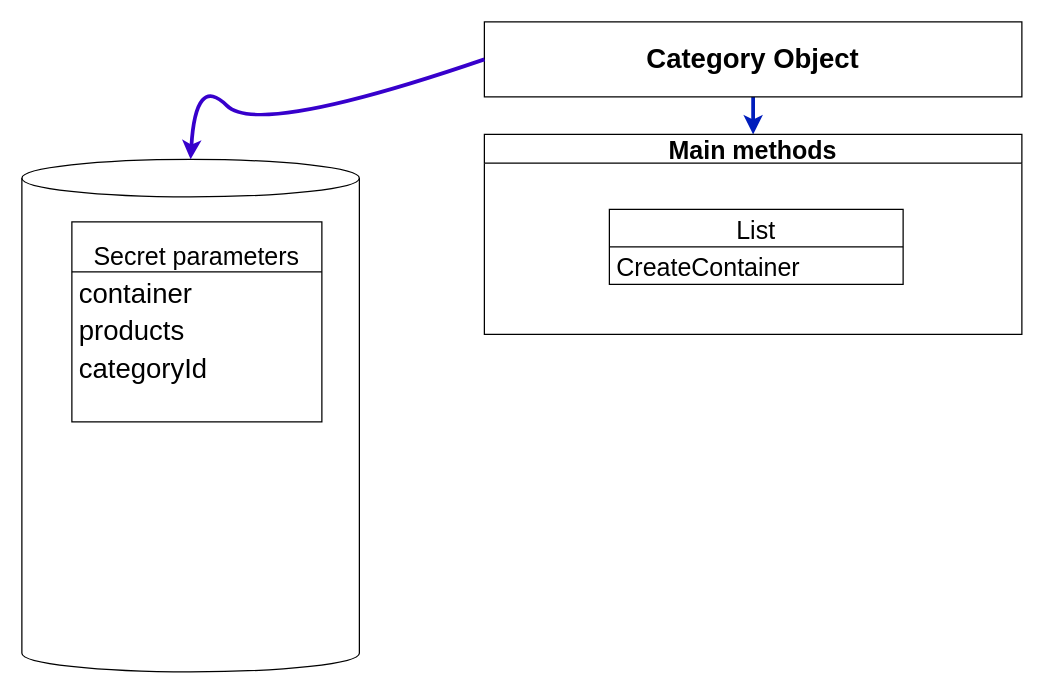
Above: public/javaScriptFiles/index/refactoring/categoryObject/Category-object.drawio in Ahmed101Mohammed/Alls (draw.io), before the change. Source tidied: cells renumbered, new cells numbered last; positions are measured from the earlier drawing's top-left corner, leaving out a move shared by most shapes. Both pictures are drawn from the tidied source at 125%, with x=0, y=0 at pixel (21, 21).
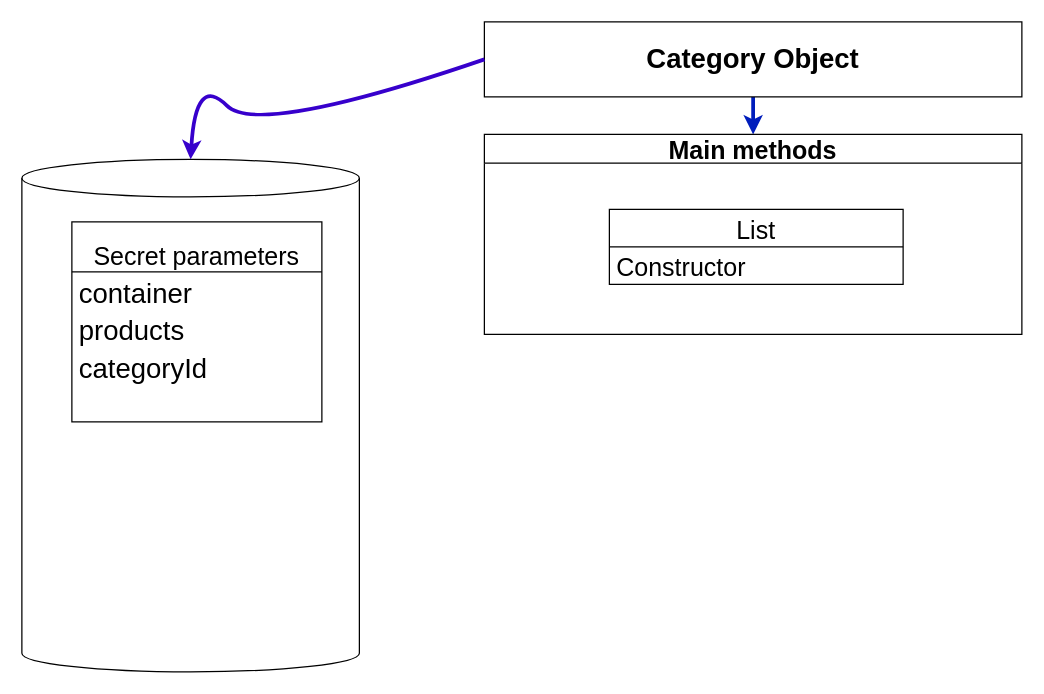
After the change.

Commit message (it also covers changes not shown here):
Create "Container" class

In this commit  I do the following:
- create a new class called: "container"
- modify the "container-object.drowio" file.

Change to the diagram source:
```diff
@@
 <mxGraphModel>
   <root>
     <mxCell id="0" />
     <mxCell id="1" parent="0" />
     <mxCell id="2" style="edgeStyle=none;html=1;fontSize=20;strokeWidth=3;fillColor=#0050ef;strokeColor=#001DBC;" parent="1" edge="1" source="3" target="11">
       <mxGeometry relative="1" as="geometry" />
     </mxCell>
     <mxCell id="3" value="&lt;b&gt;&lt;font style=&quot;font-size: 22px&quot;&gt;Category Object&lt;/font&gt;&lt;/b&gt;" style="rounded=0;whiteSpace=wrap;html=1;" parent="1" vertex="1">
       <mxGeometry x="370" width="430" height="60" as="geometry" />
     </mxCell>
     <mxCell id="4" style="shape=cylinder3;whiteSpace=wrap;html=1;boundedLbl=1;backgroundOutline=1;size=15;fontSize=22;" parent="1" vertex="1">
       <mxGeometry y="110" width="270" height="410" as="geometry" />
     </mxCell>
     <mxCell id="5" style="curved=1;endArrow=classic;html=1;fontSize=22;entryX=0.5;entryY=0;entryDx=0;entryDy=0;entryPerimeter=0;exitX=0;exitY=0.5;exitDx=0;exitDy=0;fillColor=#6a00ff;strokeColor=#3700CC;strokeWidth=3;" parent="1" edge="1" source="3" target="4">
       <mxGeometry relative="1" as="geometry">
         <Array as="points">
           <mxPoint x="189" y="92" />
           <mxPoint x="139" y="42" />
         </Array>
       </mxGeometry>
     </mxCell>
     <mxCell id="6" value="&#10;Secret parameters" style="swimlane;fontStyle=0;horizontal=1;startSize=40;fontSize=20;verticalAlign=bottom;labelPosition=center;verticalLabelPosition=middle;align=center;" parent="1" vertex="1">
       <mxGeometry x="40" y="160" width="200" height="160" as="geometry" />
     </mxCell>
     <mxCell id="7" value="container" style="text;strokeColor=none;fillColor=none;align=left;verticalAlign=middle;spacingLeft=4;spacingRight=4;overflow=hidden;fontSize=22;" parent="6" vertex="1">
       <mxGeometry y="40" width="200" height="30" as="geometry" />
     </mxCell>
     <mxCell id="8" value="products" style="text;strokeColor=none;fillColor=none;align=left;verticalAlign=middle;spacingLeft=4;spacingRight=4;overflow=hidden;fontSize=22;" parent="6" vertex="1">
       <mxGeometry y="70" width="200" height="30" as="geometry" />
     </mxCell>
     <mxCell id="9" value="categoryId" style="text;strokeColor=none;fillColor=none;align=left;verticalAlign=middle;spacingLeft=4;spacingRight=4;overflow=hidden;fontSize=22;" parent="6" vertex="1">
       <mxGeometry y="100" width="200" height="30" as="geometry" />
     </mxCell>
     <mxCell id="10" style="text;strokeColor=none;fillColor=none;align=left;verticalAlign=middle;spacingLeft=4;spacingRight=4;overflow=hidden;fontSize=22;" parent="6" vertex="1">
       <mxGeometry y="130" width="200" height="30" as="geometry" />
     </mxCell>
     <mxCell id="11" value="Main methods" style="swimlane;fontSize=20;" parent="1" vertex="1">
       <mxGeometry x="370" y="90" width="430" height="160" as="geometry" />
     </mxCell>
     <mxCell id="12" value="List" style="swimlane;fontStyle=0;horizontal=1;startSize=30;fontSize=20;" parent="11" vertex="1">
       <mxGeometry x="100" y="60" width="235" height="60" as="geometry" />
     </mxCell>
-    <mxCell id="13" value="CreateContainer" style="text;strokeColor=none;fillColor=none;align=left;verticalAlign=middle;spacingLeft=4;spacingRight=4;overflow=hidden;fontSize=20;" parent="12" vertex="1">
+    <mxCell id="13" value="Constructor" style="text;strokeColor=none;fillColor=none;align=left;verticalAlign=middle;spacingLeft=4;spacingRight=4;overflow=hidden;fontSize=20;" parent="12" vertex="1">
       <mxGeometry y="30" width="235" height="30" as="geometry" />
     </mxCell>
   </root>
 </mxGraphModel>
```
